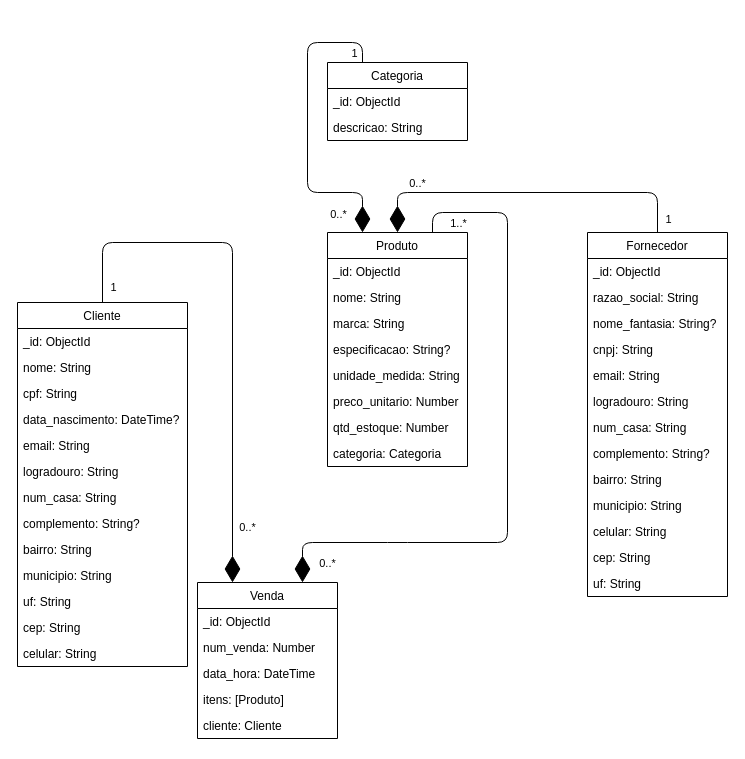
The draw.io diagram docs/NoaM.drawio in faustocintra/bn-not-2024-2, before the edit. Source tidied: cells renumbered, new cells numbered last; positions are measured from the earlier drawing's top-left corner, leaving out a move shared by most shapes. Both pictures are drawn from the tidied source at 100%, with x=0, y=0 at pixel (17, 42).
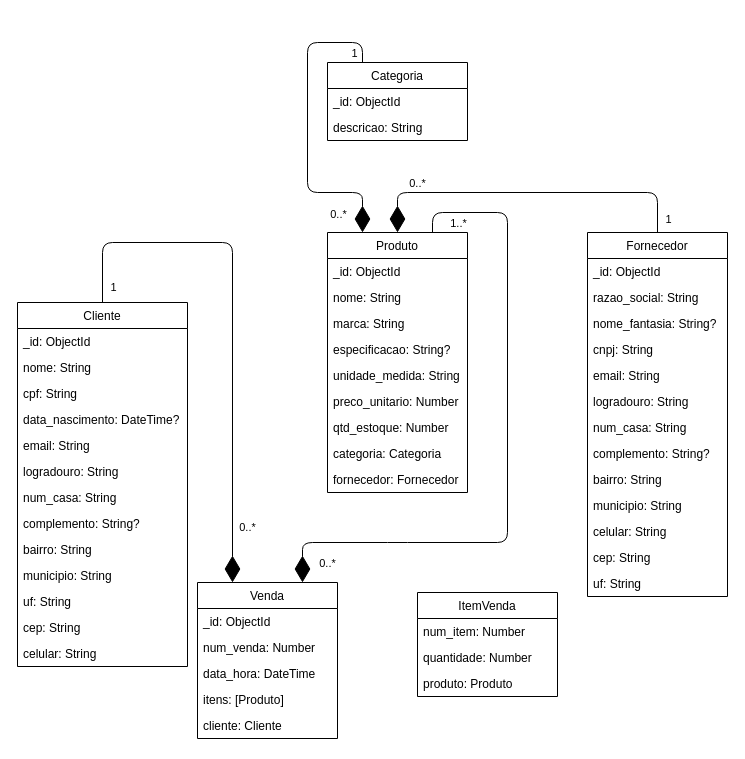
The same diagram, later.

Diff of the diagram source:
```diff
@@
     <mxCell id="16" value="Produto" style="swimlane;fontStyle=0;horizontal=1;startSize=26;fillColor=none;" parent="1" vertex="1">
-      <mxGeometry x="310" y="190" width="140" height="234" as="geometry" />
+      <mxGeometry x="310" y="190" width="140" height="260" as="geometry" />
     </mxCell>
@@
+    <mxCell id="60" value="fornecedor: Fornecedor" style="text;strokeColor=none;fillColor=none;align=left;verticalAlign=top;spacingLeft=4;spacingRight=4;overflow=hidden;" parent="16" vertex="1">
+      <mxGeometry y="234" width="140" height="26" as="geometry" />
+    </mxCell>
@@
+    <mxCell id="61" value="ItemVenda" style="swimlane;fontStyle=0;horizontal=1;startSize=26;fillColor=none;" parent="1" vertex="1">
+      <mxGeometry x="400" y="550" width="140" height="104" as="geometry" />
+    </mxCell>
+    <mxCell id="62" value="num_item: Number" style="text;strokeColor=none;fillColor=none;align=left;verticalAlign=top;spacingLeft=4;spacingRight=4;overflow=hidden;" parent="61" vertex="1">
+      <mxGeometry y="26" width="140" height="26" as="geometry" />
+    </mxCell>
+    <mxCell id="63" value="quantidade: Number" style="text;strokeColor=none;fillColor=none;align=left;verticalAlign=top;spacingLeft=4;spacingRight=4;overflow=hidden;" parent="61" vertex="1">
+      <mxGeometry y="52" width="140" height="26" as="geometry" />
+    </mxCell>
+    <mxCell id="64" value="produto: Produto" style="text;strokeColor=none;fillColor=none;align=left;verticalAlign=top;spacingLeft=4;spacingRight=4;overflow=hidden;" parent="61" vertex="1">
+      <mxGeometry y="78" width="140" height="26" as="geometry" />
+    </mxCell>
```
